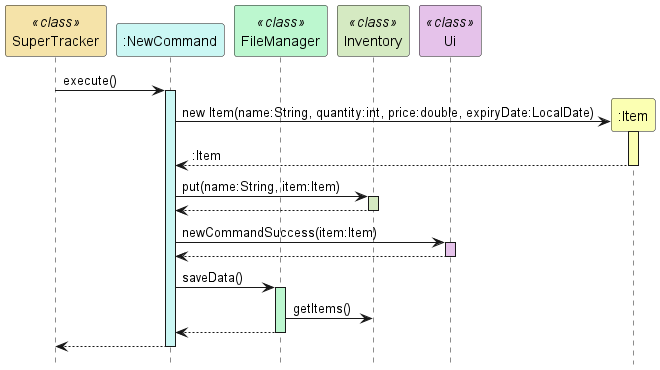
Above: docs/uml-diagrams/NewCommandSequence.png in rismm/tp (PlantUML), before the change. Source of this version:
```plantuml
@startuml
hide footbox
participant "SuperTracker" as SuperTracker <<class>> #f5e3a9
participant ":NewCommand" as NewCommand #cbf7f4
participant "FileManager" as FileManager <<class>> #bcf7cf
participant "Inventory" as Inventory <<class>> #d5eac2
participant "Ui" as Ui <<class>> #e5c2ea
participant ":Item" as Item #fbffb2
SuperTracker -> NewCommand : execute()
activate NewCommand #cbf7f4

NewCommand -> Item ** : new Item(name:String, quantity:int, price:double, expiryDate:LocalDate)
activate Item #fbffb2
Item --> NewCommand : :Item
deactivate Item

NewCommand -> Inventory : put(name:String, item:Item)
activate Inventory #d5eac2
Inventory --> NewCommand
deactivate Inventory

NewCommand -> Ui : newCommandSuccess(item:Item)
activate Ui #e5c2ea
Ui --> NewCommand
deactivate Ui

NewCommand -> FileManager : saveData()
activate FileManager #bcf7cf
FileManager -> Inventory : getItems()
FileManager --> NewCommand
deactivate FileManager

NewCommand --> SuperTracker
deactivate NewCommand
@enduml
```
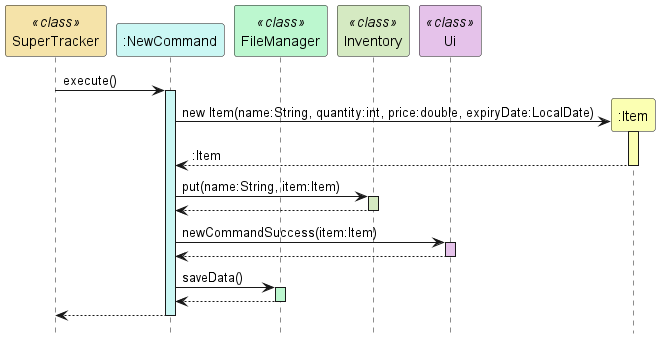
Later version of the same file.

Diff of the diagram source:
```diff
@@ -26,7 +26,6 @@
 
 NewCommand -> FileManager : saveData()
 activate FileManager #bcf7cf
-FileManager -> Inventory : getItems()
 FileManager --> NewCommand
 deactivate FileManager
 
```
